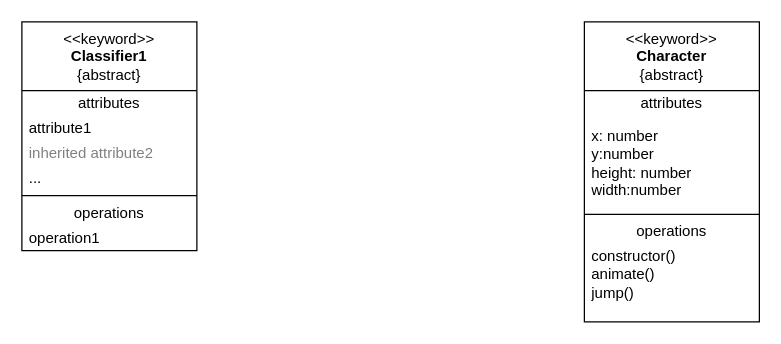
Earlier version of the draw.io diagram 2d-spiel.drawio (DurnaMa/2dGame). Source tidied: cells renumbered, new cells numbered last; positions are measured from the earlier drawing's top-left corner, leaving out a move shared by most shapes. Both pictures are drawn from the tidied source at 125%, with x=0, y=0 at pixel (21, 21).
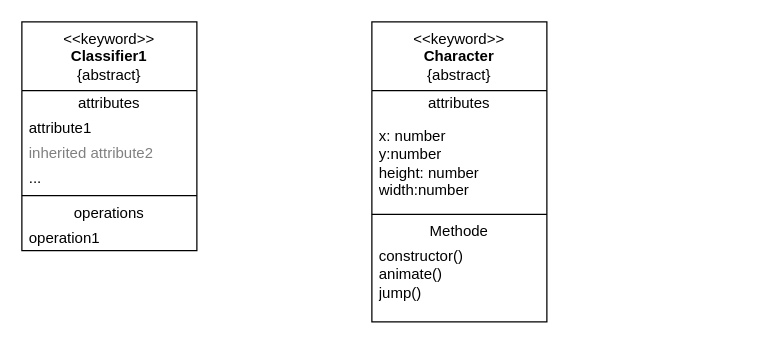
The same diagram, later.

What changed in the source:
```diff
@@
 <mxGraphModel>
   <root>
     <mxCell id="0" />
     <mxCell id="1" parent="0" />
     <mxCell id="2" value="&amp;lt;&amp;lt;keyword&amp;gt;&amp;gt;&lt;br&gt;&lt;b&gt;Character&lt;/b&gt;&lt;br&gt;{abstract}" style="swimlane;fontStyle=0;align=center;verticalAlign=top;horizontal=1;startSize=55;html=1;whiteSpace=wrap;" parent="1" vertex="1">
-      <mxGeometry x="450" width="140" height="240" as="geometry" />
+      <mxGeometry x="280" width="140" height="240" as="geometry" />
     </mxCell>
     <mxCell id="3" value="attributes" style="text;html=1;strokeColor=none;fillColor=none;align=center;verticalAlign=middle;spacingLeft=4;spacingRight=4;overflow=hidden;whiteSpace=wrap;" parent="2" vertex="1">
       <mxGeometry y="55" width="140" height="20" as="geometry" />
     </mxCell>
     <mxCell id="4" value="x: number&lt;div&gt;y:number&lt;/div&gt;&lt;div&gt;height: number&lt;/div&gt;&lt;div&gt;width:number&lt;/div&gt;" style="text;html=1;strokeColor=none;fillColor=none;align=left;verticalAlign=middle;spacingLeft=4;spacingRight=4;overflow=hidden;whiteSpace=wrap;" parent="2" vertex="1">
       <mxGeometry y="75" width="140" height="75" as="geometry" />
     </mxCell>
     <mxCell id="5" style="line;strokeWidth=1;fillColor=none;align=left;verticalAlign=middle;spacingTop=-1;spacingLeft=3;spacingRight=3;labelPosition=right;" parent="2" vertex="1">
       <mxGeometry y="150" width="140" height="8" as="geometry" />
     </mxCell>
-    <mxCell id="6" value="operations" style="text;html=1;strokeColor=none;fillColor=none;align=center;verticalAlign=middle;spacingLeft=4;spacingRight=4;overflow=hidden;whiteSpace=wrap;" parent="2" vertex="1">
+    <mxCell id="6" value="Methode" style="text;html=1;strokeColor=none;fillColor=none;align=center;verticalAlign=middle;spacingLeft=4;spacingRight=4;overflow=hidden;whiteSpace=wrap;" parent="2" vertex="1">
       <mxGeometry y="158" width="140" height="20" as="geometry" />
     </mxCell>
     <mxCell id="7" value="constructor()&lt;div&gt;animate()&lt;/div&gt;&lt;div&gt;jump()&lt;/div&gt;&lt;div&gt;&lt;br&gt;&lt;/div&gt;" style="text;html=1;strokeColor=none;fillColor=none;align=left;verticalAlign=middle;spacingLeft=4;spacingRight=4;overflow=hidden;whiteSpace=wrap;" parent="2" vertex="1">
       <mxGeometry y="178" width="140" height="62" as="geometry" />
     </mxCell>
     <mxCell id="8" value="&amp;lt;&amp;lt;keyword&amp;gt;&amp;gt;&lt;br&gt;&lt;b&gt;Classifier1&lt;/b&gt;&lt;br&gt;{abstract}" style="swimlane;fontStyle=0;align=center;verticalAlign=top;horizontal=1;startSize=55;html=1;whiteSpace=wrap;" parent="1" vertex="1">
       <mxGeometry width="140" height="183" as="geometry" />
     </mxCell>
     <mxCell id="9" value="attributes" style="text;html=1;strokeColor=none;fillColor=none;align=center;verticalAlign=middle;spacingLeft=4;spacingRight=4;overflow=hidden;whiteSpace=wrap;" parent="8" vertex="1">
       <mxGeometry y="55" width="140" height="20" as="geometry" />
     </mxCell>
     <mxCell id="10" value="attribute1" style="text;html=1;strokeColor=none;fillColor=none;align=left;verticalAlign=middle;spacingLeft=4;spacingRight=4;overflow=hidden;whiteSpace=wrap;" parent="8" vertex="1">
       <mxGeometry y="75" width="140" height="20" as="geometry" />
     </mxCell>
     <mxCell id="11" value="inherited attribute2" style="text;html=1;strokeColor=none;fillColor=none;align=left;verticalAlign=middle;spacingLeft=4;spacingRight=4;overflow=hidden;fontColor=#808080;whiteSpace=wrap;" parent="8" vertex="1">
       <mxGeometry y="95" width="140" height="20" as="geometry" />
     </mxCell>
     <mxCell id="12" value="..." style="text;html=1;strokeColor=none;fillColor=none;align=left;verticalAlign=middle;spacingLeft=4;spacingRight=4;overflow=hidden;whiteSpace=wrap;" parent="8" vertex="1">
       <mxGeometry y="115" width="140" height="20" as="geometry" />
     </mxCell>
     <mxCell id="13" style="line;strokeWidth=1;fillColor=none;align=left;verticalAlign=middle;spacingTop=-1;spacingLeft=3;spacingRight=3;labelPosition=right;" parent="8" vertex="1">
       <mxGeometry y="135" width="140" height="8" as="geometry" />
     </mxCell>
     <mxCell id="14" value="operations" style="text;html=1;strokeColor=none;fillColor=none;align=center;verticalAlign=middle;spacingLeft=4;spacingRight=4;overflow=hidden;whiteSpace=wrap;" parent="8" vertex="1">
       <mxGeometry y="143" width="140" height="20" as="geometry" />
     </mxCell>
     <mxCell id="15" value="operation1" style="text;html=1;strokeColor=none;fillColor=none;align=left;verticalAlign=middle;spacingLeft=4;spacingRight=4;overflow=hidden;whiteSpace=wrap;" parent="8" vertex="1">
       <mxGeometry y="163" width="140" height="20" as="geometry" />
     </mxCell>
   </root>
 </mxGraphModel>
```
